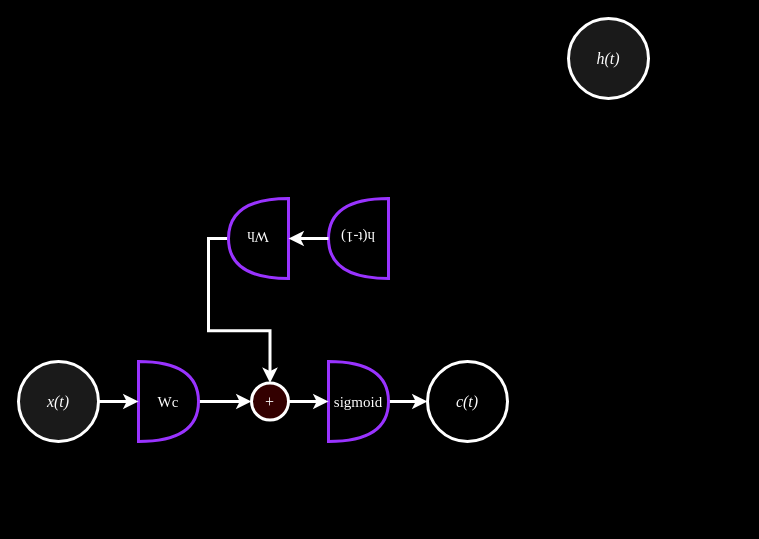
This is Untitled Diagram.drawio from kamalasaurus/diagrams, a draw.io file, before an edit. Source tidied: cells renumbered, new cells numbered last; positions are measured from the earlier drawing's top-left corner, leaving out a move shared by most shapes. Both pictures are drawn from the tidied source at 100%, with x=0, y=0 at pixel (18, 18).
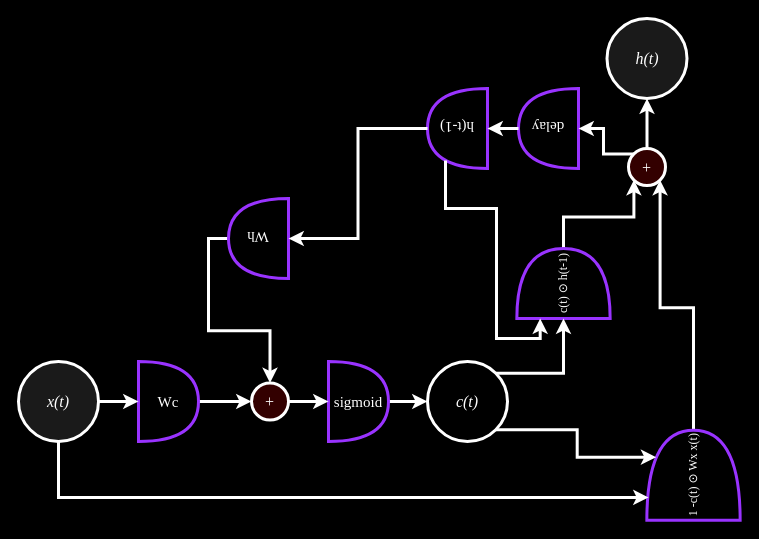
Above is the later version.

The change refers to these unchanged cells:
```xml
<mxCell id="2" value="&lt;font face=&quot;Garamond&quot; style=&quot;font-size: 16px;&quot; color=&quot;#ffffff&quot;&gt;&lt;i&gt;x(t)&lt;/i&gt;&lt;/font&gt;" style="ellipse;whiteSpace=wrap;html=1;fillColor=#1A1A1A;strokeWidth=3;strokeColor=#FFFFFF;" parent="1" vertex="1">
  <mxGeometry y="343" width="80" height="80" as="geometry" />
</mxCell>
<mxCell id="5" value="&lt;font face=&quot;Garamond&quot; style=&quot;font-size: 16px;&quot; color=&quot;#ffffff&quot;&gt;&lt;i&gt;c(t)&lt;/i&gt;&lt;/font&gt;" style="ellipse;whiteSpace=wrap;html=1;fillColor=#000000;strokeWidth=3;strokeColor=#FFFFFF;" parent="1" vertex="1">
  <mxGeometry x="409" y="343" width="80" height="80" as="geometry" />
</mxCell>
<mxCell id="11" value="&lt;font style=&quot;font-size: 15px;&quot; face=&quot;Garamond&quot; color=&quot;#ffffff&quot;&gt;Wh&lt;/font&gt;" style="shape=or;whiteSpace=wrap;html=1;fillColor=#000000;strokeColor=#9933FF;strokeWidth=3;rotation=-180;" parent="1" vertex="1">
  <mxGeometry x="210" y="180" width="60" height="80" as="geometry" />
</mxCell>
```

Change to the diagram source:
```diff
@@
     <mxCell id="6" value="&lt;font face=&quot;Garamond&quot; color=&quot;#ffffff&quot;&gt;&lt;span style=&quot;caret-color: rgb(255, 255, 255); font-size: 15px;&quot;&gt;h(t-1)&lt;/span&gt;&lt;/font&gt;" style="shape=or;whiteSpace=wrap;html=1;fillColor=#000000;strokeColor=#9933FF;strokeWidth=3;rotation=-180;" parent="1" vertex="1">
-      <mxGeometry x="310" y="180" width="60" height="80" as="geometry" />
+      <mxGeometry x="409" y="70" width="60" height="80" as="geometry" />
     </mxCell>
@@
-    <mxCell id="13" style="edgeStyle=orthogonalEdgeStyle;rounded=0;jettySize=auto;html=1;exitX=1;exitY=0.5;exitDx=0;exitDy=0;exitPerimeter=0;entryX=0;entryY=0.5;entryDx=0;entryDy=0;entryPerimeter=0;strokeColor=#FFFFFF;strokeWidth=3;" parent="1" edge="1" source="6" target="11">
-      <mxGeometry relative="1" as="geometry" />
-    </mxCell>
@@
     <mxCell id="16" value="&lt;font face=&quot;Garamond&quot; style=&quot;font-size: 16px;&quot; color=&quot;#ffffff&quot;&gt;&lt;i&gt;h(t)&lt;/i&gt;&lt;/font&gt;" style="ellipse;whiteSpace=wrap;html=1;fillColor=#1A1A1A;strokeWidth=3;strokeColor=#FFFFFF;" parent="1" vertex="1">
-      <mxGeometry x="550" width="80" height="80" as="geometry" />
+      <mxGeometry x="588.5" width="80" height="80" as="geometry" />
     </mxCell>
+    <mxCell id="17" style="edgeStyle=orthogonalEdgeStyle;rounded=0;jettySize=auto;html=1;exitX=1;exitY=0.5;exitDx=0;exitDy=0;exitPerimeter=0;entryX=0;entryY=1;entryDx=0;entryDy=0;strokeWidth=3;strokeColor=#FFFFFF;" parent="1" edge="1" source="18" target="24">
+      <mxGeometry relative="1" as="geometry" />
+    </mxCell>
+    <mxCell id="18" value="&lt;font face=&quot;Garamond&quot; color=&quot;#ffffff&quot;&gt;c(t) ⊙ h(t-1)&lt;/font&gt;" style="shape=or;whiteSpace=wrap;html=1;fillColor=#000000;strokeColor=#9933FF;strokeWidth=3;rotation=-90;" parent="1" vertex="1">
+      <mxGeometry x="510" y="218.3" width="70" height="93.3" as="geometry" />
+    </mxCell>
+    <mxCell id="19" style="edgeStyle=orthogonalEdgeStyle;rounded=0;jettySize=auto;html=1;exitX=1;exitY=0.5;exitDx=0;exitDy=0;exitPerimeter=0;entryX=1;entryY=1;entryDx=0;entryDy=0;strokeWidth=3;strokeColor=#FFFFFF;" parent="1" edge="1" source="20" target="24">
+      <mxGeometry relative="1" as="geometry" />
+    </mxCell>
+    <mxCell id="20" value="&lt;font face=&quot;Garamond&quot; color=&quot;#ffffff&quot;&gt;1 -c(t) ⊙ Wx x(t)&lt;/font&gt;" style="shape=or;whiteSpace=wrap;html=1;fillColor=#000000;strokeColor=#9933FF;strokeWidth=3;rotation=-90;" parent="1" vertex="1">
+      <mxGeometry x="630" y="410" width="90" height="93.3" as="geometry" />
+    </mxCell>
+    <mxCell id="21" style="edgeStyle=orthogonalEdgeStyle;rounded=0;jettySize=auto;html=1;exitX=1;exitY=1;exitDx=0;exitDy=0;entryX=0.7;entryY=0.1;entryDx=0;entryDy=0;entryPerimeter=0;strokeWidth=3;strokeColor=#FFFFFF;" parent="1" edge="1" source="5" target="20">
+      <mxGeometry relative="1" as="geometry" />
+    </mxCell>
+    <mxCell id="22" style="edgeStyle=orthogonalEdgeStyle;rounded=0;jettySize=auto;html=1;exitX=1;exitY=0;exitDx=0;exitDy=0;entryX=0;entryY=0.5;entryDx=0;entryDy=0;entryPerimeter=0;strokeWidth=3;strokeColor=#FFFFFF;" parent="1" edge="1" source="5" target="18">
+      <mxGeometry relative="1" as="geometry" />
+    </mxCell>
+    <mxCell id="23" style="edgeStyle=orthogonalEdgeStyle;rounded=0;jettySize=auto;html=1;exitX=0.5;exitY=0;exitDx=0;exitDy=0;entryX=0.5;entryY=1;entryDx=0;entryDy=0;strokeWidth=3;strokeColor=#FFFFFF;" parent="1" edge="1" source="24" target="16">
+      <mxGeometry relative="1" as="geometry" />
+    </mxCell>
+    <mxCell id="24" value="&lt;font face=&quot;Garamond&quot; style=&quot;font-size: 16px;&quot; color=&quot;#ffffff&quot;&gt;&lt;i&gt;+&lt;/i&gt;&lt;/font&gt;" style="ellipse;whiteSpace=wrap;html=1;fillColor=#330000;strokeWidth=3;strokeColor=#FFFFFF;" parent="1" vertex="1">
+      <mxGeometry x="610" y="130" width="37" height="37" as="geometry" />
+    </mxCell>
+    <mxCell id="25" style="edgeStyle=orthogonalEdgeStyle;rounded=0;jettySize=auto;html=1;exitX=0.5;exitY=1;exitDx=0;exitDy=0;entryX=0.252;entryY=0.018;entryDx=0;entryDy=0;entryPerimeter=0;strokeWidth=3;strokeColor=#FFFFFF;" parent="1" edge="1" source="2" target="20">
+      <mxGeometry relative="1" as="geometry" />
+    </mxCell>
+    <mxCell id="26" value="&lt;font face=&quot;Garamond&quot; color=&quot;#ffffff&quot;&gt;&lt;span style=&quot;caret-color: rgb(255, 255, 255); font-size: 15px;&quot;&gt;delay&lt;/span&gt;&lt;/font&gt;" style="shape=or;whiteSpace=wrap;html=1;fillColor=#000000;strokeColor=#9933FF;strokeWidth=3;rotation=-180;" parent="1" vertex="1">
+      <mxGeometry x="500" y="70" width="60" height="80" as="geometry" />
+    </mxCell>
+    <mxCell id="27" style="edgeStyle=orthogonalEdgeStyle;rounded=0;jettySize=auto;html=1;exitX=0;exitY=0;exitDx=0;exitDy=0;entryX=0;entryY=0.5;entryDx=0;entryDy=0;entryPerimeter=0;strokeWidth=3;strokeColor=#FFFFFF;" parent="1" edge="1" source="24" target="26">
+      <mxGeometry relative="1" as="geometry" />
+    </mxCell>
+    <mxCell id="28" style="edgeStyle=orthogonalEdgeStyle;rounded=0;jettySize=auto;html=1;exitX=1;exitY=0.5;exitDx=0;exitDy=0;exitPerimeter=0;entryX=0;entryY=0.5;entryDx=0;entryDy=0;entryPerimeter=0;strokeWidth=3;strokeColor=#FFFFFF;" parent="1" edge="1" source="26" target="6">
+      <mxGeometry relative="1" as="geometry" />
+    </mxCell>
+    <mxCell id="13" style="edgeStyle=orthogonalEdgeStyle;rounded=0;jettySize=auto;html=1;exitX=1;exitY=0.5;exitDx=0;exitDy=0;exitPerimeter=0;entryX=0;entryY=0.5;entryDx=0;entryDy=0;entryPerimeter=0;strokeWidth=3;strokeColor=#FFFFFF;" parent="1" edge="1" source="6" target="11">
+      <mxGeometry relative="1" as="geometry" />
+    </mxCell>
+    <mxCell id="29" style="edgeStyle=orthogonalEdgeStyle;rounded=0;jettySize=auto;html=1;exitX=0.7;exitY=0.1;exitDx=0;exitDy=0;exitPerimeter=0;entryX=0;entryY=0.25;entryDx=0;entryDy=0;entryPerimeter=0;strokeWidth=3;strokeColor=#FFFFFF;" parent="1" edge="1" source="6" target="18">
+      <mxGeometry relative="1" as="geometry">
+        <Array as="points">
+          <mxPoint x="427" y="190" />
+          <mxPoint x="478" y="190" />
+          <mxPoint x="478" y="320" />
+          <mxPoint x="522" y="320" />
+        </Array>
+      </mxGeometry>
+    </mxCell>
```
